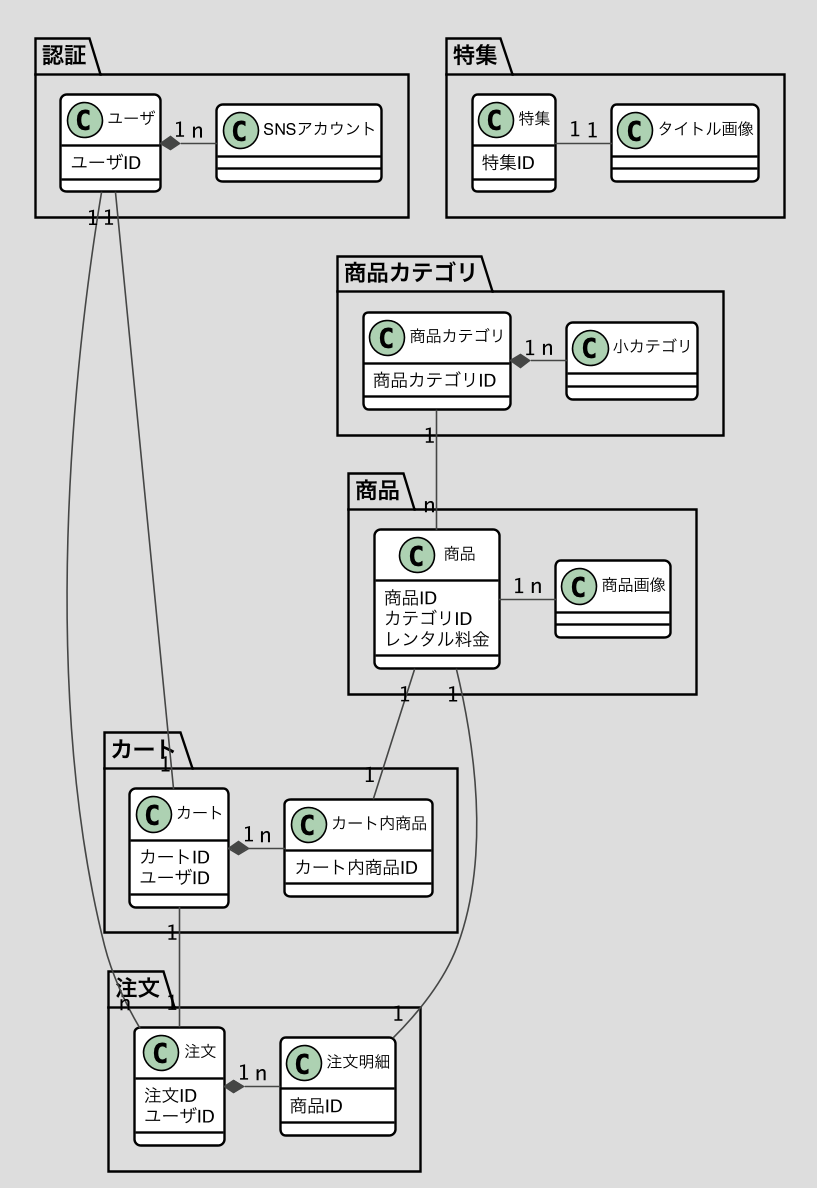
Earlier version of the PlantUML export docs/画像/ドメインモデル.png (nomura-kainos/japanese-ddd-sample).
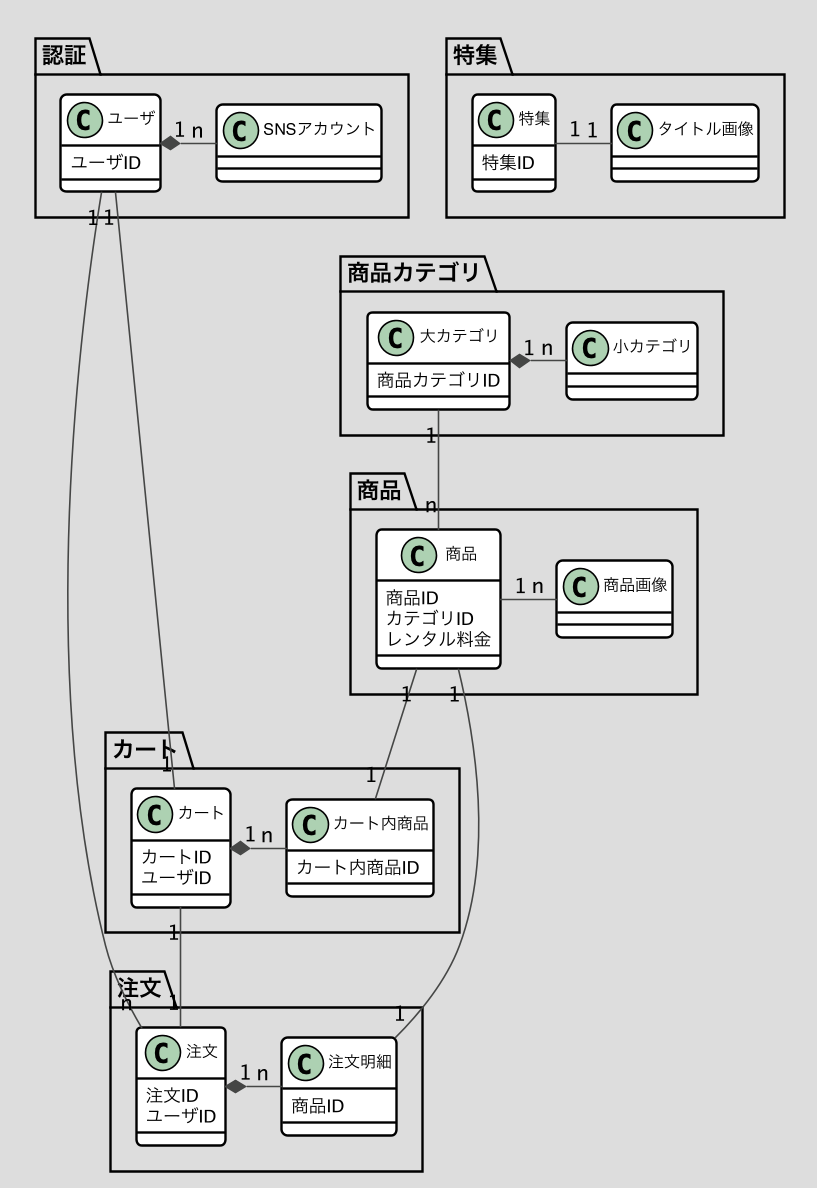
Later version of the same file.

The edit, as a diff of the source:
```diff
@@ -55,7 +55,7 @@
 商品.商品 "1" - "n" 商品.商品画像
 認証.ユーザ "1" ---- "1" カート.カート
 認証.ユーザ "1" ---- "n" 注文.注文
-商品カテゴリ.商品カテゴリ "1" -- "n" 商品.商品
+商品カテゴリ.大カテゴリ "1" -- "n" 商品.商品
 カート.カート "1" -- "1" 注文.注文
 特集.特集 "1" - "1" 特集.タイトル画像
 
@@ -74,11 +74,11 @@
  商品.商品 : レンタル料金
 
  namespace 商品カテゴリ {
-   class 商品カテゴリ
+   class 大カテゴリ
    class 小カテゴリ
  }
- 商品カテゴリ.商品カテゴリ : 商品カテゴリID
- 商品カテゴリ.商品カテゴリ "1" *- "n" 商品カテゴリ.小カテゴリ
+ 商品カテゴリ.大カテゴリ : 商品カテゴリID
+ 商品カテゴリ.大カテゴリ "1" *- "n" 商品カテゴリ.小カテゴリ
 
  namespace カート {
    class カート
```
